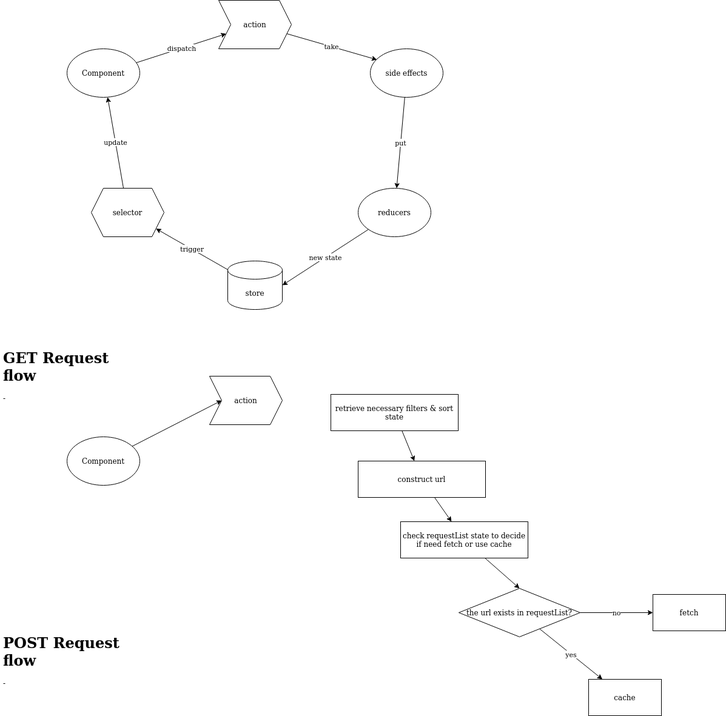
Above: react-redux-saga-reselect-overview-logic.png in stsiwo/react_redux_concept (draw.io), before the change. Source tidied: cells renumbered, new cells last; positions are measured from the earlier drawing's top-left corner, leaving out a move shared by most shapes.
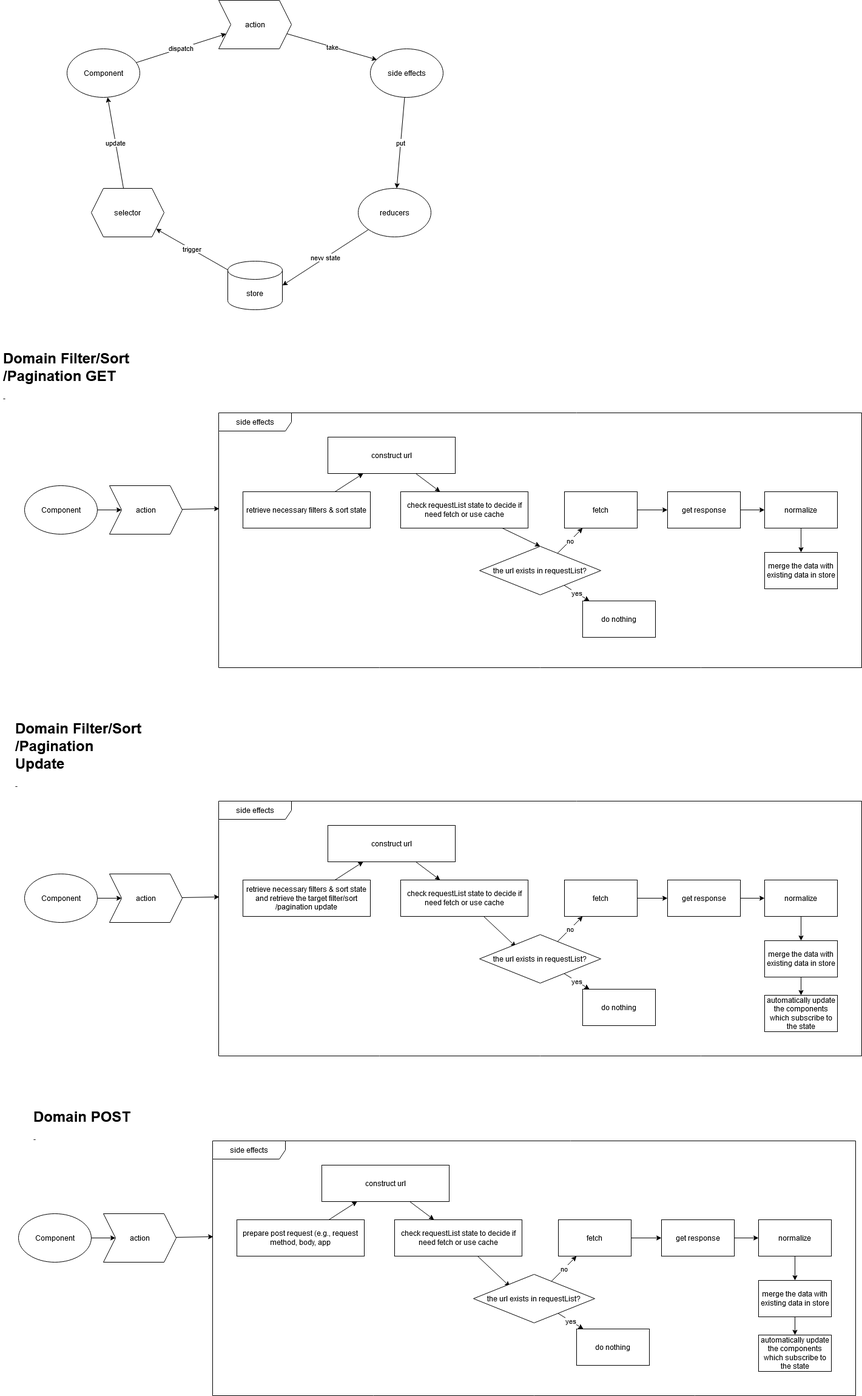
The same diagram one commit later.

Diff of the diagram source:
```diff
@@ -2,6 +2,9 @@
   <root>
     <mxCell id="0" />
     <mxCell id="1" parent="0" />
+    <mxCell id="30" value="side effects" style="shape=umlFrame;whiteSpace=wrap;html=1;width=120;height=30;" parent="1" vertex="1">
+      <mxGeometry x="360" y="1320" width="1060" height="420" as="geometry" />
+    </mxCell>
     <mxCell id="2" value="dispatch" style="rounded=0;jettySize=auto;html=1;" parent="1" edge="1" source="3" target="5">
       <mxGeometry relative="1" as="geometry" />
     </mxCell>
@@ -38,38 +41,38 @@
     <mxCell id="13" value="selector" style="shape=hexagon;perimeter=hexagonPerimeter2;whiteSpace=wrap;html=1;fixedSize=1;" parent="1" vertex="1">
       <mxGeometry x="150" y="310" width="120" height="80" as="geometry" />
     </mxCell>
-    <mxCell id="14" value="&lt;h1&gt;GET Request flow&lt;br&gt;&lt;/h1&gt;&lt;p&gt;- &lt;br&gt;&lt;/p&gt;" style="text;html=1;strokeColor=none;fillColor=none;spacing=5;spacingTop=-20;whiteSpace=wrap;overflow=hidden;rounded=0;" parent="1" vertex="1">
+    <mxCell id="14" value="&lt;h1&gt;Domain Filter/Sort/Pagination GET&lt;br&gt;&lt;/h1&gt;&lt;p&gt;- &lt;br&gt;&lt;/p&gt;" style="text;html=1;strokeColor=none;fillColor=none;spacing=5;spacingTop=-20;whiteSpace=wrap;overflow=hidden;rounded=0;" parent="1" vertex="1">
       <mxGeometry y="570" width="220" height="120" as="geometry" />
     </mxCell>
     <mxCell id="15" style="edgeStyle=none;rounded=0;jettySize=auto;html=1;entryX=0;entryY=0.5;entryDx=0;entryDy=0;" parent="1" edge="1" source="16" target="17">
       <mxGeometry relative="1" as="geometry" />
     </mxCell>
     <mxCell id="16" value="Component" style="ellipse;whiteSpace=wrap;html=1;" parent="1" vertex="1">
-      <mxGeometry x="110" y="720" width="120" height="80" as="geometry" />
+      <mxGeometry x="40" y="800" width="120" height="80" as="geometry" />
     </mxCell>
+    <mxCell id="31" style="rounded=0;jettySize=auto;html=1;entryX=0.001;entryY=0.376;entryDx=0;entryDy=0;entryPerimeter=0;" parent="1" edge="1" source="17" target="38">
+      <mxGeometry relative="1" as="geometry" />
+    </mxCell>
     <mxCell id="17" value="action" style="shape=step;perimeter=stepPerimeter;whiteSpace=wrap;html=1;fixedSize=1;" parent="1" vertex="1">
-      <mxGeometry x="345" y="620" width="120" height="80" as="geometry" />
+      <mxGeometry x="180" y="800" width="120" height="80" as="geometry" />
     </mxCell>
-    <mxCell id="18" value="&lt;h1&gt;POST Request flow&lt;br&gt;&lt;/h1&gt;&lt;p&gt;- &lt;br&gt;&lt;/p&gt;" style="text;html=1;strokeColor=none;fillColor=none;spacing=5;spacingTop=-20;whiteSpace=wrap;overflow=hidden;rounded=0;" parent="1" vertex="1">
-      <mxGeometry y="1040" width="220" height="120" as="geometry" />
-    </mxCell>
     <mxCell id="19" style="rounded=0;jettySize=auto;html=1;" parent="1" edge="1" source="20" target="22">
       <mxGeometry relative="1" as="geometry" />
     </mxCell>
     <mxCell id="20" value="retrieve necessary filters &amp;amp; sort state" style="rounded=0;whiteSpace=wrap;html=1;" parent="1" vertex="1">
-      <mxGeometry x="545" y="650" width="210" height="60" as="geometry" />
+      <mxGeometry x="400" y="810" width="210" height="60" as="geometry" />
     </mxCell>
     <mxCell id="21" style="edgeStyle=none;rounded=0;jettySize=auto;html=1;" parent="1" edge="1" source="22" target="24">
       <mxGeometry relative="1" as="geometry" />
     </mxCell>
     <mxCell id="22" value="construct url " style="rounded=0;whiteSpace=wrap;html=1;" parent="1" vertex="1">
-      <mxGeometry x="590" y="760" width="210" height="60" as="geometry" />
+      <mxGeometry x="540" y="720" width="210" height="60" as="geometry" />
     </mxCell>
     <mxCell id="23" style="edgeStyle=none;rounded=0;jettySize=auto;html=1;entryX=0.5;entryY=0;entryDx=0;entryDy=0;" parent="1" edge="1" source="24" target="27">
       <mxGeometry relative="1" as="geometry" />
     </mxCell>
     <mxCell id="24" value="check requestList state to decide if need fetch or use cache" style="rounded=0;whiteSpace=wrap;html=1;" parent="1" vertex="1">
-      <mxGeometry x="660" y="860" width="210" height="60" as="geometry" />
+      <mxGeometry x="660" y="810" width="210" height="60" as="geometry" />
     </mxCell>
     <mxCell id="25" value="no" style="edgeStyle=none;rounded=0;jettySize=auto;html=1;" parent="1" edge="1" source="27" target="28">
       <mxGeometry relative="1" as="geometry" />
@@ -78,13 +81,181 @@
       <mxGeometry relative="1" as="geometry" />
     </mxCell>
     <mxCell id="27" value="the url exists in requestList?" style="rhombus;whiteSpace=wrap;html=1;" parent="1" vertex="1">
-      <mxGeometry x="756" y="970" width="200" height="80" as="geometry" />
+      <mxGeometry x="790" y="900" width="200" height="80" as="geometry" />
     </mxCell>
+    <mxCell id="32" style="edgeStyle=orthogonalEdgeStyle;rounded=0;jettySize=auto;html=1;" parent="1" edge="1" source="28" target="34">
+      <mxGeometry relative="1" as="geometry" />
+    </mxCell>
     <mxCell id="28" value="fetch" style="whiteSpace=wrap;html=1;" parent="1" vertex="1">
-      <mxGeometry x="1076" y="980" width="120" height="60" as="geometry" />
+      <mxGeometry x="930" y="810" width="120" height="60" as="geometry" />
     </mxCell>
-    <mxCell id="29" value="cache" style="whiteSpace=wrap;html=1;" parent="1" vertex="1">
-      <mxGeometry x="970" y="1120" width="120" height="60" as="geometry" />
+    <mxCell id="29" value="do nothing" style="whiteSpace=wrap;html=1;" parent="1" vertex="1">
+      <mxGeometry x="960" y="990" width="120" height="60" as="geometry" />
     </mxCell>
+    <mxCell id="33" style="edgeStyle=orthogonalEdgeStyle;rounded=0;jettySize=auto;html=1;" parent="1" edge="1" source="34" target="36">
+      <mxGeometry relative="1" as="geometry" />
+    </mxCell>
+    <mxCell id="34" value="get response" style="whiteSpace=wrap;html=1;" parent="1" vertex="1">
+      <mxGeometry x="1100" y="810" width="120" height="60" as="geometry" />
+    </mxCell>
+    <mxCell id="35" style="edgeStyle=orthogonalEdgeStyle;rounded=0;jettySize=auto;html=1;" parent="1" edge="1" source="36" target="37">
+      <mxGeometry relative="1" as="geometry" />
+    </mxCell>
+    <mxCell id="36" value="normalize" style="whiteSpace=wrap;html=1;" parent="1" vertex="1">
+      <mxGeometry x="1260" y="810" width="120" height="60" as="geometry" />
+    </mxCell>
+    <mxCell id="37" value="merge the data with existing data in store" style="whiteSpace=wrap;html=1;" parent="1" vertex="1">
+      <mxGeometry x="1260" y="910" width="120" height="60" as="geometry" />
+    </mxCell>
+    <mxCell id="38" value="side effects" style="shape=umlFrame;whiteSpace=wrap;html=1;width=120;height=30;" parent="1" vertex="1">
+      <mxGeometry x="360" y="680" width="1060" height="420" as="geometry" />
+    </mxCell>
+    <mxCell id="39" value="&lt;h1&gt;Domain Filter/Sort/Pagination Update&lt;br&gt;&lt;/h1&gt;&lt;p&gt;- &lt;br&gt;&lt;/p&gt;" style="text;html=1;strokeColor=none;fillColor=none;spacing=5;spacingTop=-20;whiteSpace=wrap;overflow=hidden;rounded=0;" parent="1" vertex="1">
+      <mxGeometry x="20" y="1180" width="220" height="120" as="geometry" />
+    </mxCell>
+    <mxCell id="40" style="edgeStyle=none;rounded=0;jettySize=auto;html=1;entryX=0;entryY=0.5;entryDx=0;entryDy=0;" parent="1" edge="1" source="41" target="43">
+      <mxGeometry relative="1" as="geometry" />
+    </mxCell>
+    <mxCell id="41" value="Component" style="ellipse;whiteSpace=wrap;html=1;" parent="1" vertex="1">
+      <mxGeometry x="40" y="1440" width="120" height="80" as="geometry" />
+    </mxCell>
+    <mxCell id="42" style="rounded=0;jettySize=auto;html=1;entryX=0.001;entryY=0.376;entryDx=0;entryDy=0;entryPerimeter=0;" parent="1" edge="1" source="43" target="30">
+      <mxGeometry relative="1" as="geometry" />
+    </mxCell>
+    <mxCell id="43" value="action" style="shape=step;perimeter=stepPerimeter;whiteSpace=wrap;html=1;fixedSize=1;" parent="1" vertex="1">
+      <mxGeometry x="180" y="1440" width="120" height="80" as="geometry" />
+    </mxCell>
+    <mxCell id="44" style="rounded=0;jettySize=auto;html=1;" parent="1" edge="1" source="45" target="47">
+      <mxGeometry relative="1" as="geometry" />
+    </mxCell>
+    <mxCell id="45" value="&lt;div&gt;retrieve necessary filters &amp;amp; sort state&lt;/div&gt;and retrieve the target filter/sort/pagination update" style="rounded=0;whiteSpace=wrap;html=1;" parent="1" vertex="1">
+      <mxGeometry x="400" y="1450" width="210" height="60" as="geometry" />
+    </mxCell>
+    <mxCell id="46" style="edgeStyle=none;rounded=0;jettySize=auto;html=1;" parent="1" edge="1" source="47" target="49">
+      <mxGeometry relative="1" as="geometry" />
+    </mxCell>
+    <mxCell id="47" value="construct url " style="rounded=0;whiteSpace=wrap;html=1;" parent="1" vertex="1">
+      <mxGeometry x="540" y="1360" width="210" height="60" as="geometry" />
+    </mxCell>
+    <mxCell id="48" style="edgeStyle=none;rounded=0;jettySize=auto;html=1;entryX=0.3;entryY=0.25;entryDx=0;entryDy=0;entryPerimeter=0;" parent="1" edge="1" source="49" target="52">
+      <mxGeometry relative="1" as="geometry" />
+    </mxCell>
+    <mxCell id="49" value="check requestList state to decide if need fetch or use cache" style="rounded=0;whiteSpace=wrap;html=1;" parent="1" vertex="1">
+      <mxGeometry x="660" y="1450" width="210" height="60" as="geometry" />
+    </mxCell>
+    <mxCell id="50" value="no" style="edgeStyle=none;rounded=0;jettySize=auto;html=1;" parent="1" edge="1" source="52" target="54">
+      <mxGeometry relative="1" as="geometry" />
+    </mxCell>
+    <mxCell id="51" value="yes" style="edgeStyle=none;rounded=0;jettySize=auto;html=1;" parent="1" edge="1" source="52" target="55">
+      <mxGeometry relative="1" as="geometry" />
+    </mxCell>
+    <mxCell id="52" value="the url exists in requestList?" style="rhombus;whiteSpace=wrap;html=1;" parent="1" vertex="1">
+      <mxGeometry x="790" y="1540" width="200" height="80" as="geometry" />
+    </mxCell>
+    <mxCell id="53" style="edgeStyle=orthogonalEdgeStyle;rounded=0;jettySize=auto;html=1;" parent="1" edge="1" source="54" target="57">
+      <mxGeometry relative="1" as="geometry" />
+    </mxCell>
+    <mxCell id="54" value="fetch" style="whiteSpace=wrap;html=1;" parent="1" vertex="1">
+      <mxGeometry x="930" y="1450" width="120" height="60" as="geometry" />
+    </mxCell>
+    <mxCell id="55" value="do nothing" style="whiteSpace=wrap;html=1;" parent="1" vertex="1">
+      <mxGeometry x="960" y="1630" width="120" height="60" as="geometry" />
+    </mxCell>
+    <mxCell id="56" style="edgeStyle=orthogonalEdgeStyle;rounded=0;jettySize=auto;html=1;" parent="1" edge="1" source="57" target="59">
+      <mxGeometry relative="1" as="geometry" />
+    </mxCell>
+    <mxCell id="57" value="get response" style="whiteSpace=wrap;html=1;" parent="1" vertex="1">
+      <mxGeometry x="1100" y="1450" width="120" height="60" as="geometry" />
+    </mxCell>
+    <mxCell id="58" style="edgeStyle=orthogonalEdgeStyle;rounded=0;jettySize=auto;html=1;" parent="1" edge="1" source="59" target="61">
+      <mxGeometry relative="1" as="geometry" />
+    </mxCell>
+    <mxCell id="59" value="normalize" style="whiteSpace=wrap;html=1;" parent="1" vertex="1">
+      <mxGeometry x="1260" y="1450" width="120" height="60" as="geometry" />
+    </mxCell>
+    <mxCell id="60" style="edgeStyle=none;rounded=0;jettySize=auto;html=1;" parent="1" edge="1" source="61" target="62">
+      <mxGeometry relative="1" as="geometry" />
+    </mxCell>
+    <mxCell id="61" value="merge the data with existing data in store" style="whiteSpace=wrap;html=1;" parent="1" vertex="1">
+      <mxGeometry x="1260" y="1550" width="120" height="60" as="geometry" />
+    </mxCell>
+    <mxCell id="62" value="automatically update the components which subscribe to the state" style="whiteSpace=wrap;html=1;" parent="1" vertex="1">
+      <mxGeometry x="1260" y="1640" width="120" height="60" as="geometry" />
+    </mxCell>
+    <mxCell id="63" value="&lt;h1&gt;Domain POST &lt;br&gt;&lt;/h1&gt;&lt;p&gt;- &lt;br&gt;&lt;/p&gt;" style="text;html=1;strokeColor=none;fillColor=none;spacing=5;spacingTop=-20;whiteSpace=wrap;overflow=hidden;rounded=0;" parent="1" vertex="1">
+      <mxGeometry x="50" y="1820" width="220" height="120" as="geometry" />
+    </mxCell>
+    <mxCell id="64" value="side effects" style="shape=umlFrame;whiteSpace=wrap;html=1;width=120;height=30;" parent="1" vertex="1">
+      <mxGeometry x="350" y="1880" width="1060" height="420" as="geometry" />
+    </mxCell>
+    <mxCell id="65" style="edgeStyle=none;rounded=0;jettySize=auto;html=1;entryX=0;entryY=0.5;entryDx=0;entryDy=0;" parent="1" edge="1" source="66" target="68">
+      <mxGeometry relative="1" as="geometry" />
+    </mxCell>
+    <mxCell id="66" value="Component" style="ellipse;whiteSpace=wrap;html=1;" parent="1" vertex="1">
+      <mxGeometry x="30" y="2000" width="120" height="80" as="geometry" />
+    </mxCell>
+    <mxCell id="67" style="rounded=0;jettySize=auto;html=1;entryX=0.001;entryY=0.376;entryDx=0;entryDy=0;entryPerimeter=0;" parent="1" edge="1" source="68" target="64">
+      <mxGeometry relative="1" as="geometry" />
+    </mxCell>
+    <mxCell id="68" value="action" style="shape=step;perimeter=stepPerimeter;whiteSpace=wrap;html=1;fixedSize=1;" parent="1" vertex="1">
+      <mxGeometry x="170" y="2000" width="120" height="80" as="geometry" />
+    </mxCell>
+    <mxCell id="69" style="rounded=0;jettySize=auto;html=1;" parent="1" edge="1" source="70" target="72">
+      <mxGeometry relative="1" as="geometry" />
+    </mxCell>
+    <mxCell id="70" value="prepare post request (e.g., request method, body, app" style="rounded=0;whiteSpace=wrap;html=1;" parent="1" vertex="1">
+      <mxGeometry x="390" y="2010" width="210" height="60" as="geometry" />
+    </mxCell>
+    <mxCell id="71" style="edgeStyle=none;rounded=0;jettySize=auto;html=1;" parent="1" edge="1" source="72" target="74">
+      <mxGeometry relative="1" as="geometry" />
+    </mxCell>
+    <mxCell id="72" value="construct url " style="rounded=0;whiteSpace=wrap;html=1;" parent="1" vertex="1">
+      <mxGeometry x="530" y="1920" width="210" height="60" as="geometry" />
+    </mxCell>
+    <mxCell id="73" style="edgeStyle=none;rounded=0;jettySize=auto;html=1;entryX=0.3;entryY=0.25;entryDx=0;entryDy=0;entryPerimeter=0;" parent="1" edge="1" source="74" target="77">
+      <mxGeometry relative="1" as="geometry" />
+    </mxCell>
+    <mxCell id="74" value="check requestList state to decide if need fetch or use cache" style="rounded=0;whiteSpace=wrap;html=1;" parent="1" vertex="1">
+      <mxGeometry x="650" y="2010" width="210" height="60" as="geometry" />
+    </mxCell>
+    <mxCell id="75" value="no" style="edgeStyle=none;rounded=0;jettySize=auto;html=1;" parent="1" edge="1" source="77" target="79">
+      <mxGeometry relative="1" as="geometry" />
+    </mxCell>
+    <mxCell id="76" value="yes" style="edgeStyle=none;rounded=0;jettySize=auto;html=1;" parent="1" edge="1" source="77" target="80">
+      <mxGeometry relative="1" as="geometry" />
+    </mxCell>
+    <mxCell id="77" value="the url exists in requestList?" style="rhombus;whiteSpace=wrap;html=1;" parent="1" vertex="1">
+      <mxGeometry x="780" y="2100" width="200" height="80" as="geometry" />
+    </mxCell>
+    <mxCell id="78" style="edgeStyle=orthogonalEdgeStyle;rounded=0;jettySize=auto;html=1;" parent="1" edge="1" source="79" target="82">
+      <mxGeometry relative="1" as="geometry" />
+    </mxCell>
+    <mxCell id="79" value="fetch" style="whiteSpace=wrap;html=1;" parent="1" vertex="1">
+      <mxGeometry x="920" y="2010" width="120" height="60" as="geometry" />
+    </mxCell>
+    <mxCell id="80" value="do nothing" style="whiteSpace=wrap;html=1;" parent="1" vertex="1">
+      <mxGeometry x="950" y="2190" width="120" height="60" as="geometry" />
+    </mxCell>
+    <mxCell id="81" style="edgeStyle=orthogonalEdgeStyle;rounded=0;jettySize=auto;html=1;" parent="1" edge="1" source="82" target="84">
+      <mxGeometry relative="1" as="geometry" />
+    </mxCell>
+    <mxCell id="82" value="get response" style="whiteSpace=wrap;html=1;" parent="1" vertex="1">
+      <mxGeometry x="1090" y="2010" width="120" height="60" as="geometry" />
+    </mxCell>
+    <mxCell id="83" style="edgeStyle=orthogonalEdgeStyle;rounded=0;jettySize=auto;html=1;" parent="1" edge="1" source="84" target="86">
+      <mxGeometry relative="1" as="geometry" />
+    </mxCell>
+    <mxCell id="84" value="normalize" style="whiteSpace=wrap;html=1;" parent="1" vertex="1">
+      <mxGeometry x="1250" y="2010" width="120" height="60" as="geometry" />
+    </mxCell>
+    <mxCell id="85" style="edgeStyle=none;rounded=0;jettySize=auto;html=1;" parent="1" edge="1" source="86" target="87">
+      <mxGeometry relative="1" as="geometry" />
+    </mxCell>
+    <mxCell id="86" value="merge the data with existing data in store" style="whiteSpace=wrap;html=1;" parent="1" vertex="1">
+      <mxGeometry x="1250" y="2110" width="120" height="60" as="geometry" />
+    </mxCell>
+    <mxCell id="87" value="automatically update the components which subscribe to the state" style="whiteSpace=wrap;html=1;" parent="1" vertex="1">
+      <mxGeometry x="1250" y="2200" width="120" height="60" as="geometry" />
+    </mxCell>
   </root>
 </mxGraphModel>
```
